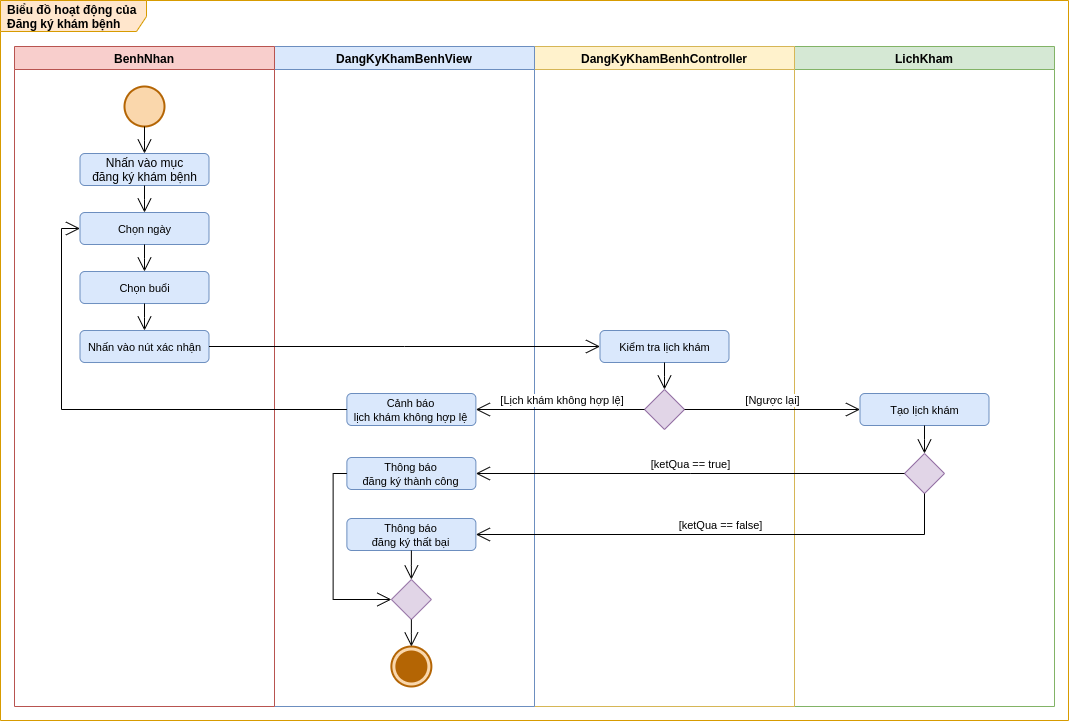
Before: images/Activity Diagram/Register for medical examination.png, a diagram exported from draw.io (luclegen/medicine16). Source tidied: cells renumbered, new cells last; positions are measured from the earlier drawing's top-left corner, leaving out a move shared by most shapes.
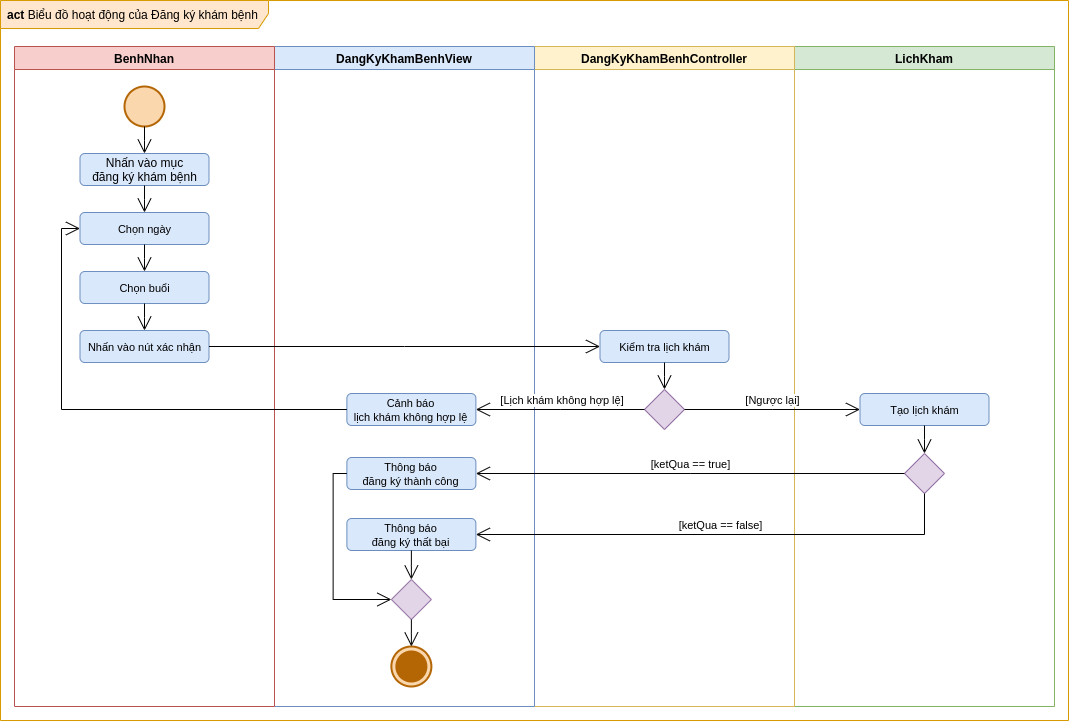
After the commit.

Commit message:
Update Register for medical examination

What changed in the source:
```diff
@@ -2,9 +2,9 @@
   <root>
     <mxCell id="0" />
     <mxCell id="1" parent="0" />
-    <mxCell id="2" value="Biểu đồ hoạt động của&lt;br&gt;&lt;b&gt;Đăng ký khám bệnh&lt;/b&gt;" style="shape=umlFrame;whiteSpace=wrap;html=1;width=146;height=31;boundedLbl=1;verticalAlign=middle;align=left;spacingLeft=5;fontStyle=1;fillColor=#ffe6cc;strokeColor=#d79b00;swimlaneFillColor=#FFFFFF;" parent="1" vertex="1">
-      <mxGeometry width="1068" height="720" as="geometry" />
-    </mxCell>
+    <mxCell id="36" value="act&amp;nbsp;&lt;span style=&quot;font-weight: normal&quot;&gt;Biểu đồ hoạt động của&amp;nbsp;Đăng ký khám bệnh&lt;/span&gt;" style="shape=umlFrame;whiteSpace=wrap;html=1;width=268;height=28;boundedLbl=1;verticalAlign=middle;align=left;spacingLeft=5;fontStyle=1;fillColor=#ffe6cc;strokeColor=#d79b00;swimlaneFillColor=#FFFFFF;" parent="1" vertex="1">
+      <mxGeometry width="1068" height="720" as="geometry" />
+    </mxCell>
     <mxCell id="3" value="LichKham" style="swimlane;fillColor=#d5e8d4;strokeColor=#82b366;" parent="1" vertex="1">
       <mxGeometry x="794" y="46" width="260" height="660" as="geometry" />
     </mxCell>
```
